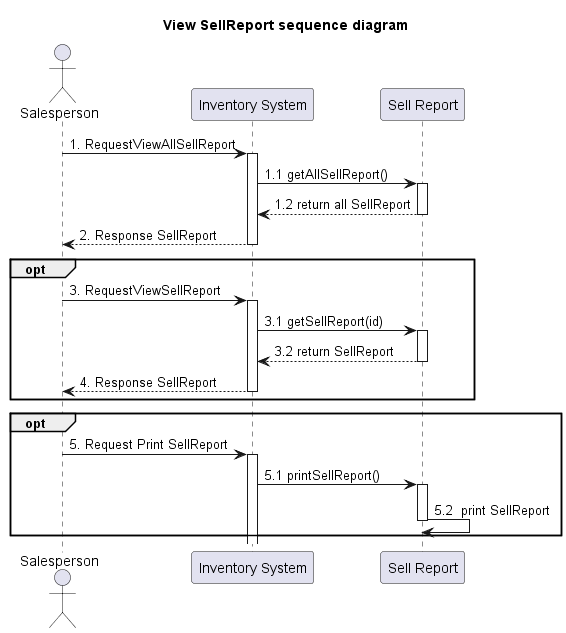
The PlantUML diagram out/system-analysis/sequence/_8_1_sequence-view-sell-report/_8_1_sequence-view-sell-report.png in billowdev/inventory-system-plantuml-sequelize-seeder-example, before a commit. The source it was exported from:
```plantuml
@startuml
title View SellReport sequence diagram

actor Salesperson as actorSalesperson
participant "Inventory System" as InventorySystem
participant "Sell Report" as usecaseSellReport

actorSalesperson -> InventorySystem: 1. RequestViewAllSellReport
activate InventorySystem

InventorySystem -> usecaseSellReport: 1.1 getAllSellReport()
activate usecaseSellReport

usecaseSellReport --> InventorySystem: 1.2 return all SellReport
deactivate usecaseSellReport

InventorySystem --> actorSalesperson : 2. Response SellReport

deactivate InventorySystem


opt
actorSalesperson -> InventorySystem: 3. RequestViewSellReport
activate InventorySystem

InventorySystem -> usecaseSellReport: 3.1 getSellReport(id)
activate usecaseSellReport

usecaseSellReport --> InventorySystem: 3.2 return SellReport
deactivate usecaseSellReport



InventorySystem --> actorSalesperson : 4. Response SellReport

deactivate InventorySystem
end


opt
actorSalesperson -> InventorySystem : 5. Request Print SellReport

activate InventorySystem

InventorySystem -> usecaseSellReport : 5.1 printSellReport()
activate usecaseSellReport

usecaseSellReport -> usecaseSellReport : 5.2  print SellReport

deactivate usecaseSellReport

end




@enduml
```
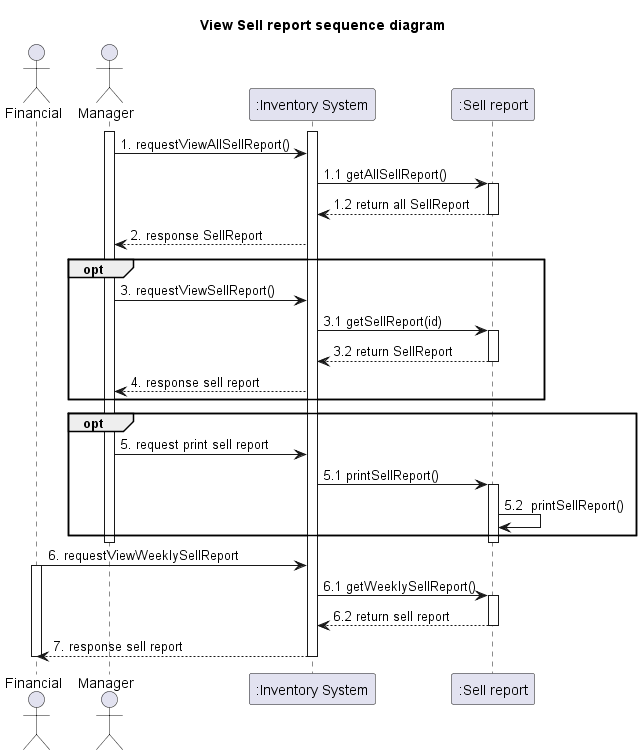
The same diagram one commit later.

Change to the diagram source:
```diff
@@ -1,12 +1,15 @@
 @startuml
-title View SellReport sequence diagram
+title View Sell report sequence diagram
 
-actor Salesperson as actorSalesperson
-participant "Inventory System" as InventorySystem
-participant "Sell Report" as usecaseSellReport
+actor "Financial" as actorFinancial
+actor "Manager" as actorManager
+participant ":Inventory System" as InventorySystem
+participant ":Sell report" as usecaseSellReport
 
-actorSalesperson -> InventorySystem: 1. RequestViewAllSellReport
+activate actorManager
+
 activate InventorySystem
+actorManager -> InventorySystem: 1. requestViewAllSellReport()
 
 InventorySystem -> usecaseSellReport: 1.1 getAllSellReport()
 activate usecaseSellReport
@@ -14,14 +17,13 @@
 usecaseSellReport --> InventorySystem: 1.2 return all SellReport
 deactivate usecaseSellReport
 
-InventorySystem --> actorSalesperson : 2. Response SellReport
+InventorySystem --> actorManager : 2. response SellReport
 
-deactivate InventorySystem
 
 
 opt
-actorSalesperson -> InventorySystem: 3. RequestViewSellReport
-activate InventorySystem
+actorManager -> InventorySystem: 3. requestViewSellReport()
+
 
 InventorySystem -> usecaseSellReport: 3.1 getSellReport(id)
 activate usecaseSellReport
@@ -31,27 +33,43 @@
 
 
 
-InventorySystem --> actorSalesperson : 4. Response SellReport
+InventorySystem --> actorManager : 4. response sell report
 
-deactivate InventorySystem
 end
 
 
 opt
-actorSalesperson -> InventorySystem : 5. Request Print SellReport
+actorManager -> InventorySystem : 5. request print sell report
 
-activate InventorySystem
+
 
 InventorySystem -> usecaseSellReport : 5.1 printSellReport()
 activate usecaseSellReport
 
-usecaseSellReport -> usecaseSellReport : 5.2  print SellReport
+usecaseSellReport -> usecaseSellReport : 5.2  printSellReport()
 
+
+end
 deactivate usecaseSellReport
 
-end
+deactivate actorManager
 
 
 
+actorFinancial -> InventorySystem: 6. requestViewWeeklySellReport
+activate actorFinancial
+
+InventorySystem -> usecaseSellReport: 6.1 getWeeklySellReport()
+activate usecaseSellReport
+
+usecaseSellReport --> InventorySystem: 6.2 return sell report
+deactivate usecaseSellReport
+
+InventorySystem --> actorFinancial : 7. response sell report
+deactivate actorManager
+
+deactivate InventorySystem
+deactivate actorFinancial
+
 
 @enduml
```
